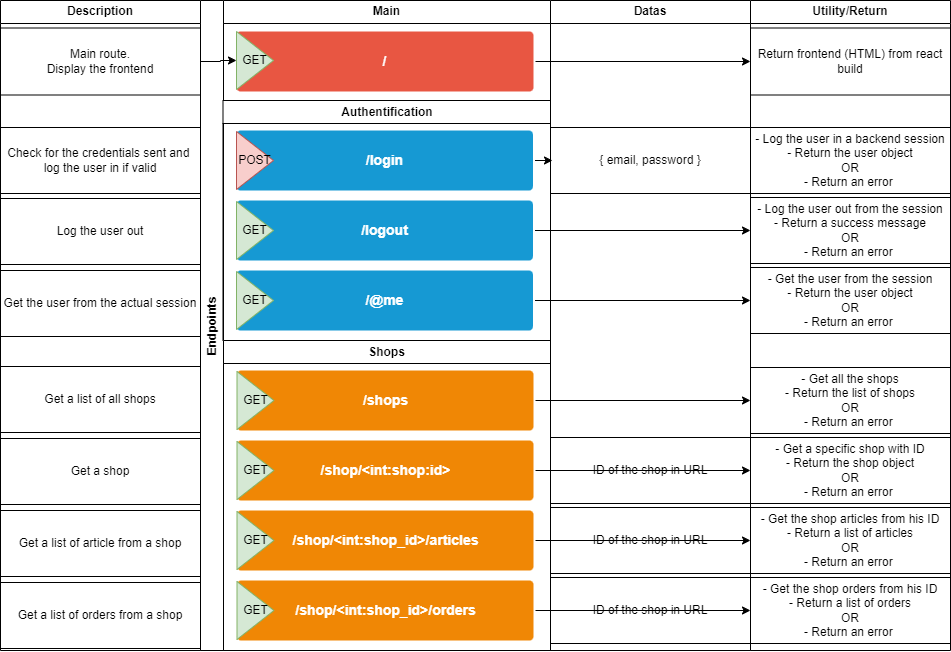
Before: 01-Documents/CodeSchematics/routes.drawio.png, a diagram exported from draw.io (dam277/P-TPI-ETML). Source tidied: cells renumbered, new cells last; positions are measured from the earlier drawing's top-left corner, leaving out a move shared by most shapes.
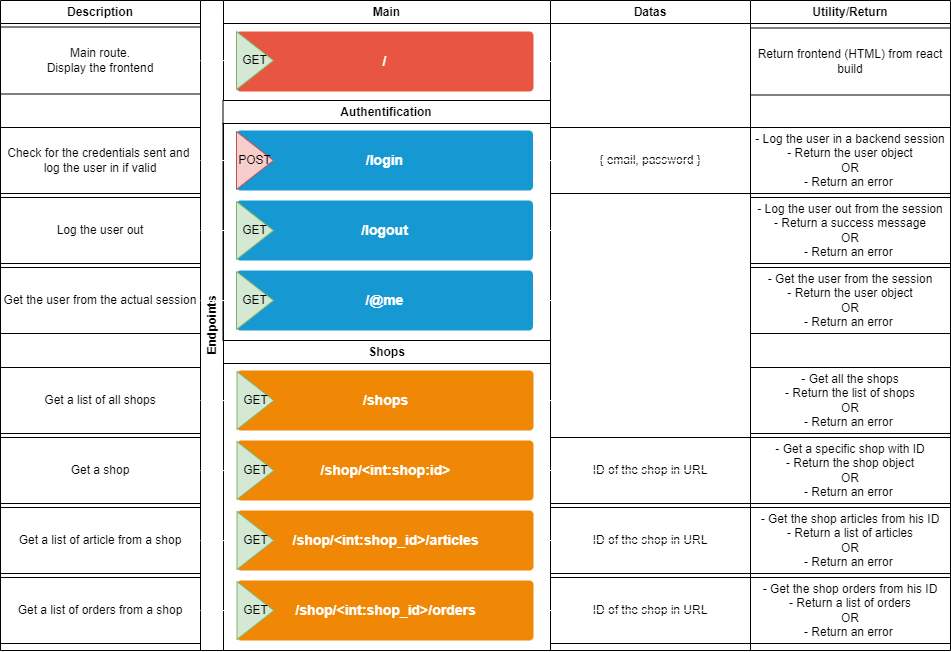
The same file after the commit.

Diff of the diagram source:
```diff
@@ -66,28 +66,28 @@
       <mxGeometry width="200" height="650" as="geometry" />
     </mxCell>
     <mxCell id="23" value="Main route.&lt;div&gt;Display the frontend&lt;/div&gt;" style="rounded=0;whiteSpace=wrap;html=1;" parent="22" vertex="1">
-      <mxGeometry y="27.5" width="200" height="67" as="geometry" />
+      <mxGeometry y="26.5" width="200" height="67" as="geometry" />
     </mxCell>
     <mxCell id="24" value="Check for the credentials sent and&amp;nbsp;&lt;div&gt;log the user in if valid&lt;/div&gt;" style="rounded=0;whiteSpace=wrap;html=1;" parent="22" vertex="1">
       <mxGeometry y="127" width="200" height="66" as="geometry" />
     </mxCell>
     <mxCell id="25" value="Log the user out" style="rounded=0;whiteSpace=wrap;html=1;" parent="22" vertex="1">
-      <mxGeometry y="198" width="200" height="66" as="geometry" />
+      <mxGeometry y="197" width="200" height="66" as="geometry" />
     </mxCell>
     <mxCell id="26" value="Get the user from the actual session" style="rounded=0;whiteSpace=wrap;html=1;" parent="22" vertex="1">
-      <mxGeometry y="270" width="200" height="66" as="geometry" />
+      <mxGeometry y="267" width="200" height="66" as="geometry" />
     </mxCell>
     <mxCell id="27" value="Get a list of all shops" style="rounded=0;whiteSpace=wrap;html=1;" parent="22" vertex="1">
-      <mxGeometry y="366" width="200" height="66" as="geometry" />
+      <mxGeometry y="367" width="200" height="66" as="geometry" />
     </mxCell>
     <mxCell id="28" value="Get a shop&lt;span style=&quot;color: rgba(0, 0, 0, 0); font-family: monospace; font-size: 0px; text-align: start; text-wrap: nowrap;&quot;&gt;%3CmxGraphModel%3E%3Croot%3E%3CmxCell%20id%3D%220%22%2F%3E%3CmxCell%20id%3D%221%22%20parent%3D%220%22%2F%3E%3CmxCell%20id%3D%222%22%20value%3D%22Get%20a%20list%20of%20all%20shops%22%20style%3D%22rounded%3D0%3BwhiteSpace%3Dwrap%3Bhtml%3D1%3B%22%20vertex%3D%221%22%20parent%3D%221%22%3E%3CmxGeometry%20y%3D%22366%22%20width%3D%22200%22%20height%3D%2266%22%20as%3D%22geometry%22%2F%3E%3C%2FmxCell%3E%3C%2Froot%3E%3C%2FmxGraphModel%3E&lt;/span&gt;" style="rounded=0;whiteSpace=wrap;html=1;" parent="22" vertex="1">
-      <mxGeometry y="438" width="200" height="66" as="geometry" />
+      <mxGeometry y="437" width="200" height="66" as="geometry" />
     </mxCell>
     <mxCell id="29" value="Get a list of article from a shop" style="rounded=0;whiteSpace=wrap;html=1;" parent="22" vertex="1">
-      <mxGeometry y="510" width="200" height="66" as="geometry" />
+      <mxGeometry y="507" width="200" height="66" as="geometry" />
     </mxCell>
     <mxCell id="30" value="Get a list of orders from a shop" style="rounded=0;whiteSpace=wrap;html=1;" parent="22" vertex="1">
-      <mxGeometry y="582" width="200" height="66" as="geometry" />
+      <mxGeometry y="577" width="200" height="66" as="geometry" />
     </mxCell>
     <mxCell id="31" value="Datas" style="swimlane;whiteSpace=wrap;html=1;" parent="1" vertex="1">
       <mxGeometry x="550" width="200" height="650" as="geometry" />
@@ -107,10 +107,8 @@
     <mxCell id="36" value="ID of the shop in URL" style="rounded=0;whiteSpace=wrap;html=1;" parent="31" vertex="1">
       <mxGeometry y="577" width="200" height="66" as="geometry" />
     </mxCell>
-    <mxCell id="37" style="edgeStyle=orthogonalEdgeStyle;rounded=0;jettySize=auto;html=1;exitX=1;exitY=0.5;exitDx=0;exitDy=0;entryX=0.01;entryY=0.508;entryDx=0;entryDy=0;entryPerimeter=0;" parent="1" edge="1" source="9">
-      <mxGeometry relative="1" as="geometry">
-        <mxPoint x="552" y="160.5" as="targetPoint" />
-      </mxGeometry>
+    <mxCell id="37" style="edgeStyle=orthogonalEdgeStyle;rounded=0;jettySize=auto;html=1;exitX=1;exitY=0.5;exitDx=0;exitDy=0;strokeColor=#ffffff;" parent="1" edge="1" source="9" target="40">
+      <mxGeometry relative="1" as="geometry" />
     </mxCell>
     <mxCell id="38" value="Utility/Return" style="swimlane;whiteSpace=wrap;html=1;" parent="1" vertex="1">
       <mxGeometry x="750" width="200" height="650" as="geometry" />
@@ -136,29 +134,50 @@
     <mxCell id="45" value="- Get the shop orders from his ID&lt;div&gt;- Return a list of orders&lt;span style=&quot;color: rgba(0, 0, 0, 0); font-family: monospace; font-size: 0px; text-align: start; text-wrap: nowrap;&quot;&gt;%3CmxGraphModel%3E%3Croot%3E%3CmxCell%20id%3D%220%22%2F%3E%3CmxCell%20id%3D%221%22%20parent%3D%220%22%2F%3E%3CmxCell%20id%3D%222%22%20value%3D%22-%20Get%20the%20user%20from%20the%20session%26lt%3Bdiv%26gt%3B-%20Return%20the%20user%20object%26lt%3B%2Fdiv%26gt%3B%26lt%3Bdiv%26gt%3BOR%26lt%3B%2Fdiv%26gt%3B%26lt%3Bdiv%26gt%3B-%20Return%20an%20error%26amp%3Bnbsp%3B%26lt%3B%2Fdiv%26gt%3B%22%20style%3D%22rounded%3D0%3BwhiteSpace%3Dwrap%3Bhtml%3D1%3B%22%20vertex%3D%221%22%20parent%3D%221%22%3E%3CmxGeometry%20x%3D%22750%22%20y%3D%22260%22%20width%3D%22200%22%20height%3D%2266%22%20as%3D%22geometry%22%2F%3E%3C%2FmxCell%3E%3C%2Froot%3E%3C%2FmxGraphModel%3E&lt;/span&gt;&lt;br&gt;&lt;div&gt;OR&lt;/div&gt;&lt;div&gt;- Return an error&amp;nbsp;&lt;/div&gt;&lt;/div&gt;" style="rounded=0;whiteSpace=wrap;html=1;" parent="38" vertex="1">
       <mxGeometry y="577" width="200" height="66" as="geometry" />
     </mxCell>
-    <mxCell id="46" style="edgeStyle=orthogonalEdgeStyle;rounded=0;jettySize=auto;html=1;" parent="1" edge="1" source="23" target="5">
+    <mxCell id="46" style="edgeStyle=orthogonalEdgeStyle;rounded=0;jettySize=auto;html=1;strokeColor=#FFFFFF;" parent="1" edge="1" source="23" target="5">
       <mxGeometry relative="1" as="geometry" />
     </mxCell>
-    <mxCell id="47" style="edgeStyle=orthogonalEdgeStyle;rounded=0;jettySize=auto;html=1;exitX=1;exitY=0.5;exitDx=0;exitDy=0;" parent="1" edge="1" source="4" target="39">
+    <mxCell id="47" style="edgeStyle=orthogonalEdgeStyle;rounded=0;jettySize=auto;html=1;exitX=1;exitY=0.5;exitDx=0;exitDy=0;strokeColor=#ffffff;" parent="1" edge="1" source="4" target="39">
       <mxGeometry relative="1" as="geometry" />
     </mxCell>
-    <mxCell id="48" style="edgeStyle=orthogonalEdgeStyle;rounded=0;jettySize=auto;html=1;exitX=1;exitY=0.5;exitDx=0;exitDy=0;" parent="1" edge="1" source="8" target="42">
+    <mxCell id="48" style="edgeStyle=orthogonalEdgeStyle;rounded=0;jettySize=auto;html=1;exitX=1;exitY=0.5;exitDx=0;exitDy=0;strokeColor=#ffffff;" parent="1" edge="1" source="8" target="42">
       <mxGeometry relative="1" as="geometry" />
     </mxCell>
-    <mxCell id="49" style="edgeStyle=orthogonalEdgeStyle;rounded=0;jettySize=auto;html=1;exitX=1;exitY=0.5;exitDx=0;exitDy=0;" parent="1" edge="1" source="7" target="41">
+    <mxCell id="49" style="edgeStyle=orthogonalEdgeStyle;rounded=0;jettySize=auto;html=1;exitX=1;exitY=0.5;exitDx=0;exitDy=0;strokeColor=#ffffff;" parent="1" edge="1" source="7" target="41">
       <mxGeometry relative="1" as="geometry" />
     </mxCell>
-    <mxCell id="50" style="edgeStyle=orthogonalEdgeStyle;rounded=0;jettySize=auto;html=1;exitX=1;exitY=0.5;exitDx=0;exitDy=0;" parent="1" edge="1" source="16" target="33">
+    <mxCell id="50" style="edgeStyle=orthogonalEdgeStyle;rounded=0;jettySize=auto;html=1;exitX=1;exitY=0.5;exitDx=0;exitDy=0;strokeColor=#ffffff;" parent="1" edge="1" source="16" target="33">
       <mxGeometry relative="1" as="geometry" />
     </mxCell>
-    <mxCell id="51" style="edgeStyle=orthogonalEdgeStyle;rounded=0;jettySize=auto;html=1;exitX=1;exitY=0.5;exitDx=0;exitDy=0;" parent="1" edge="1" source="17" target="45">
+    <mxCell id="51" style="edgeStyle=orthogonalEdgeStyle;rounded=0;jettySize=auto;html=1;exitX=1;exitY=0.5;exitDx=0;exitDy=0;strokeColor=#ffffff;" parent="1" edge="1" source="17" target="45">
       <mxGeometry relative="1" as="geometry" />
     </mxCell>
-    <mxCell id="52" style="edgeStyle=orthogonalEdgeStyle;rounded=0;jettySize=auto;html=1;exitX=1;exitY=0.5;exitDx=0;exitDy=0;" parent="1" edge="1" source="15" target="44">
+    <mxCell id="52" style="edgeStyle=orthogonalEdgeStyle;rounded=0;jettySize=auto;html=1;exitX=1;exitY=0.5;exitDx=0;exitDy=0;strokeColor=#ffffff;" parent="1" edge="1" source="15" target="44">
       <mxGeometry relative="1" as="geometry" />
     </mxCell>
-    <mxCell id="53" style="edgeStyle=orthogonalEdgeStyle;rounded=0;jettySize=auto;html=1;exitX=1;exitY=0.5;exitDx=0;exitDy=0;" parent="1" edge="1" source="14" target="43">
+    <mxCell id="53" style="edgeStyle=orthogonalEdgeStyle;rounded=0;jettySize=auto;html=1;exitX=1;exitY=0.5;exitDx=0;exitDy=0;strokeColor=#ffffff;" parent="1" edge="1" source="14" target="43">
       <mxGeometry relative="1" as="geometry" />
     </mxCell>
+    <mxCell id="54" style="edgeStyle=orthogonalEdgeStyle;rounded=0;jettySize=auto;html=1;exitX=1;exitY=0.5;exitDx=0;exitDy=0;strokeColor=#FFFFFF;" parent="1" edge="1" source="24" target="12">
+      <mxGeometry relative="1" as="geometry" />
+    </mxCell>
+    <mxCell id="55" style="edgeStyle=orthogonalEdgeStyle;rounded=0;jettySize=auto;html=1;exitX=1;exitY=0.5;exitDx=0;exitDy=0;strokeColor=#FFFFFF;" parent="1" edge="1" source="25" target="10">
+      <mxGeometry relative="1" as="geometry" />
+    </mxCell>
+    <mxCell id="56" style="edgeStyle=orthogonalEdgeStyle;rounded=0;jettySize=auto;html=1;exitX=1;exitY=0.5;exitDx=0;exitDy=0;strokeColor=#FFFFFF;" parent="1" edge="1" source="26" target="11">
+      <mxGeometry relative="1" as="geometry" />
+    </mxCell>
+    <mxCell id="57" style="edgeStyle=orthogonalEdgeStyle;rounded=0;jettySize=auto;html=1;exitX=1;exitY=0.5;exitDx=0;exitDy=0;strokeColor=#FFFFFF;" parent="1" edge="1" source="27" target="18">
+      <mxGeometry relative="1" as="geometry" />
+    </mxCell>
+    <mxCell id="58" style="edgeStyle=orthogonalEdgeStyle;rounded=0;jettySize=auto;html=1;exitX=1;exitY=0.5;exitDx=0;exitDy=0;strokeColor=#FFFFFF;" parent="1" edge="1" source="28" target="19">
+      <mxGeometry relative="1" as="geometry" />
+    </mxCell>
+    <mxCell id="59" style="edgeStyle=orthogonalEdgeStyle;rounded=0;jettySize=auto;html=1;exitX=1;exitY=0.5;exitDx=0;exitDy=0;strokeColor=#FFFFFF;" parent="1" edge="1" source="29" target="20">
+      <mxGeometry relative="1" as="geometry" />
+    </mxCell>
+    <mxCell id="60" style="edgeStyle=orthogonalEdgeStyle;rounded=0;jettySize=auto;html=1;exitX=1;exitY=0.5;exitDx=0;exitDy=0;strokeColor=#FFFFFF;" parent="1" edge="1" source="30" target="21">
+      <mxGeometry relative="1" as="geometry" />
+    </mxCell>
   </root>
 </mxGraphModel>
```
